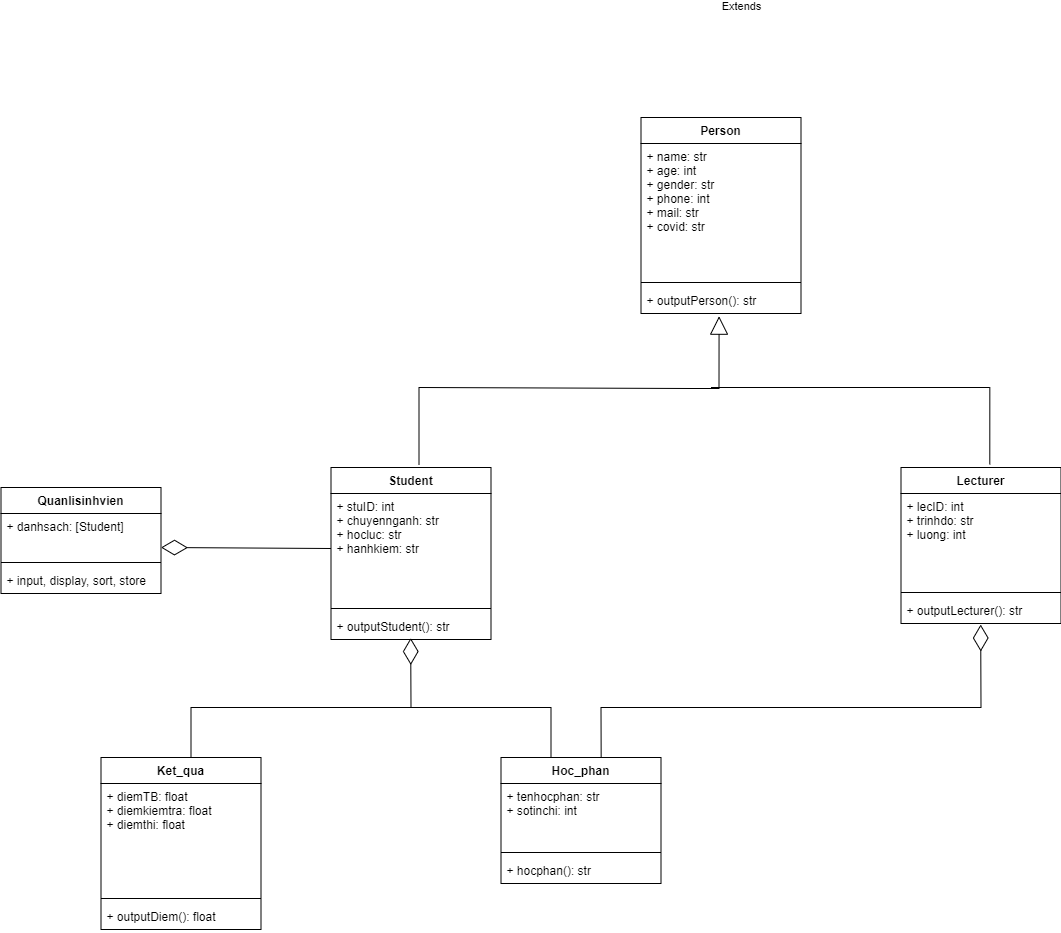
Before: Đồ án/UML đồ án.drawio.png, a diagram exported from draw.io (hoangnuthuphuong/PYTHON_1). Source tidied: cells renumbered, new cells last; positions are measured from the earlier drawing's top-left corner, leaving out a move shared by most shapes.
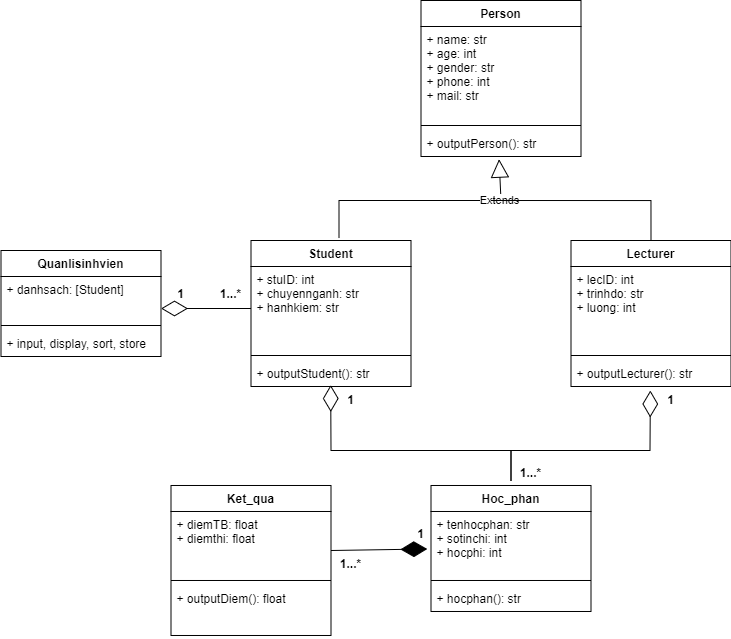
Above is the later version.

The edit, as a diff of the source:
```diff
@@ -3,87 +3,71 @@
     <mxCell id="0" style="html=1;" />
     <mxCell id="1" style="html=1;" parent="0" />
     <mxCell id="2" value="Student" style="swimlane;fontStyle=1;align=center;verticalAlign=top;horizontal=1;startSize=26;" parent="1" vertex="1">
-      <mxGeometry x="330" y="350" width="160" height="172" as="geometry" />
+      <mxGeometry x="440" y="330" width="160" height="146" as="geometry" />
     </mxCell>
-    <mxCell id="3" value="+ stuID: int&#10;+ chuyennganh: str&#10;+ hocluc: str&#10;+ hanhkiem: str&#10;" style="text;strokeColor=none;fillColor=none;align=left;verticalAlign=top;spacingLeft=4;spacingRight=4;overflow=hidden;points=[[0,0.5],[1,0.5]];portConstraint=eastwest;" parent="2" vertex="1">
-      <mxGeometry y="26" width="160" height="110" as="geometry" />
+    <mxCell id="3" value="+ stuID: int&#10;+ chuyennganh: str&#10;+ hanhkiem: str" style="text;strokeColor=none;fillColor=none;align=left;verticalAlign=top;spacingLeft=4;spacingRight=4;overflow=hidden;points=[[0,0.5],[1,0.5]];portConstraint=eastwest;" parent="2" vertex="1">
+      <mxGeometry y="26" width="160" height="84" as="geometry" />
     </mxCell>
     <mxCell id="4" style="line;strokeWidth=1;fillColor=none;align=left;verticalAlign=middle;spacingTop=-1;spacingLeft=3;spacingRight=3;labelPosition=right;" parent="2" vertex="1">
-      <mxGeometry y="136" width="160" height="10" as="geometry" />
+      <mxGeometry y="110" width="160" height="10" as="geometry" />
     </mxCell>
     <mxCell id="5" value="+ outputStudent(): str" style="text;strokeColor=none;fillColor=none;align=left;verticalAlign=top;spacingLeft=4;spacingRight=4;overflow=hidden;points=[[0,0.5],[1,0.5]];portConstraint=eastwest;" parent="2" vertex="1">
-      <mxGeometry y="146" width="160" height="26" as="geometry" />
+      <mxGeometry y="120" width="160" height="26" as="geometry" />
     </mxCell>
     <mxCell id="6" value="Lecturer" style="swimlane;fontStyle=1;align=center;verticalAlign=top;horizontal=1;startSize=26;" parent="1" vertex="1">
-      <mxGeometry x="900" y="350" width="160" height="156" as="geometry" />
+      <mxGeometry x="760" y="330" width="160" height="146" as="geometry" />
     </mxCell>
     <mxCell id="7" value="+ lecID: int&#10;+ trinhdo: str&#10;+ luong: int&#10;" style="text;strokeColor=none;fillColor=none;align=left;verticalAlign=top;spacingLeft=4;spacingRight=4;overflow=hidden;" parent="6" vertex="1">
-      <mxGeometry y="26" width="160" height="94" as="geometry" />
+      <mxGeometry y="26" width="160" height="84" as="geometry" />
     </mxCell>
     <mxCell id="8" style="line;strokeWidth=1;fillColor=none;align=left;verticalAlign=middle;spacingTop=-1;spacingLeft=3;spacingRight=3;labelPosition=right;" parent="6" vertex="1">
-      <mxGeometry y="120" width="160" height="10" as="geometry" />
+      <mxGeometry y="110" width="160" height="10" as="geometry" />
     </mxCell>
     <mxCell id="9" value="+ outputLecturer(): str" style="text;strokeColor=none;fillColor=none;align=left;verticalAlign=top;spacingLeft=4;spacingRight=4;overflow=hidden;points=[[0,0.5],[1,0.5]];portConstraint=eastwest;" parent="6" vertex="1">
-      <mxGeometry y="130" width="160" height="26" as="geometry" />
+      <mxGeometry y="120" width="160" height="26" as="geometry" />
     </mxCell>
     <mxCell id="10" value="Person" style="swimlane;fontStyle=1;align=center;verticalAlign=top;horizontal=1;startSize=26;" parent="1" vertex="1">
-      <mxGeometry x="640" width="160" height="196" as="geometry" />
+      <mxGeometry x="610" y="90" width="160" height="156" as="geometry" />
     </mxCell>
-    <mxCell id="11" value="+ name: str&#10;+ age: int&#10;+ gender: str&#10;+ phone: int&#10;+ mail: str&#10;+ covid: str&#10;" style="text;strokeColor=none;fillColor=none;align=left;verticalAlign=top;spacingLeft=4;spacingRight=4;overflow=hidden;" parent="10" vertex="1">
-      <mxGeometry y="26" width="160" height="134" as="geometry" />
+    <mxCell id="11" value="+ name: str&#10;+ age: int&#10;+ gender: str&#10;+ phone: int&#10;+ mail: str&#10;" style="text;strokeColor=none;fillColor=none;align=left;verticalAlign=top;spacingLeft=4;spacingRight=4;overflow=hidden;" parent="10" vertex="1">
+      <mxGeometry y="26" width="160" height="94" as="geometry" />
     </mxCell>
     <mxCell id="12" style="line;strokeWidth=1;fillColor=none;align=left;verticalAlign=middle;spacingTop=-1;spacingLeft=3;spacingRight=3;labelPosition=right;" parent="10" vertex="1">
-      <mxGeometry y="160" width="160" height="10" as="geometry" />
+      <mxGeometry y="120" width="160" height="10" as="geometry" />
     </mxCell>
     <mxCell id="13" value="+ outputPerson(): str" style="text;strokeColor=none;fillColor=none;align=left;verticalAlign=top;spacingLeft=4;spacingRight=4;overflow=hidden;points=[[0,0.5],[1,0.5]];portConstraint=eastwest;" parent="10" vertex="1">
-      <mxGeometry y="170" width="160" height="26" as="geometry" />
+      <mxGeometry y="130" width="160" height="26" as="geometry" />
     </mxCell>
     <mxCell id="14" value="Extends" style="endArrow=block;endSize=16;endFill=0;html=1;rounded=0;entryX=0.488;entryY=1.103;entryDx=0;entryDy=0;entryPerimeter=0;exitX=0.55;exitY=-0.017;exitDx=0;exitDy=0;exitPerimeter=0;" parent="1" edge="1" source="2" target="13">
-      <mxGeometry x="1" y="-309" relative="1" as="geometry">
+      <mxGeometry x="0.64" relative="1" as="geometry">
         <Array as="points">
-          <mxPoint x="418" y="270" />
-          <mxPoint x="690" y="271" />
-          <mxPoint x="718" y="271" />
+          <mxPoint x="528" y="290" />
+          <mxPoint x="690" y="290" />
         </Array>
-        <mxPoint x="-287" y="-310" as="offset" />
       </mxGeometry>
     </mxCell>
-    <mxCell id="15" style="endArrow=none;html=1;edgeStyle=orthogonalEdgeStyle;rounded=0;entryX=0.555;entryY=-0.02;entryDx=0;entryDy=0;entryPerimeter=0;" parent="1" edge="1" target="6">
+    <mxCell id="15" style="endArrow=none;html=1;edgeStyle=orthogonalEdgeStyle;rounded=0;entryX=0.5;entryY=0;entryDx=0;entryDy=0;" parent="1" edge="1" target="6">
       <mxGeometry relative="1" as="geometry">
-        <mxPoint x="710" y="270" as="sourcePoint" />
+        <mxPoint x="680" y="290" as="sourcePoint" />
+        <Array as="points">
+          <mxPoint x="840" y="290" />
+        </Array>
       </mxGeometry>
     </mxCell>
-    <mxCell id="16" style="endArrow=none;html=1;rounded=0;" parent="1" edge="1">
-      <mxGeometry relative="1" as="geometry">
-        <mxPoint x="190" y="640" as="sourcePoint" />
-        <mxPoint x="410" y="590" as="targetPoint" />
-        <Array as="points">
-          <mxPoint x="190" y="590" />
-        </Array>
-      </mxGeometry>
-    </mxCell>
     <mxCell id="17" style="endArrow=diamondThin;endFill=0;endSize=24;html=1;rounded=0;entryX=0.498;entryY=0.943;entryDx=0;entryDy=0;entryPerimeter=0;" parent="1" edge="1" target="5">
       <mxGeometry relative="1" as="geometry">
-        <mxPoint x="550" y="640" as="sourcePoint" />
+        <mxPoint x="700" y="570" as="sourcePoint" />
         <Array as="points">
-          <mxPoint x="550" y="590" />
-          <mxPoint x="410" y="590" />
+          <mxPoint x="700" y="570" />
+          <mxPoint x="700" y="540" />
+          <mxPoint x="520" y="540" />
         </Array>
       </mxGeometry>
     </mxCell>
-    <mxCell id="18" style="endArrow=diamondThin;endFill=0;endSize=24;html=1;rounded=0;entryX=0.498;entryY=1.039;entryDx=0;entryDy=0;entryPerimeter=0;exitX=0.626;exitY=0.006;exitDx=0;exitDy=0;exitPerimeter=0;" parent="1" edge="1" source="19" target="9">
-      <mxGeometry relative="1" as="geometry">
-        <Array as="points">
-          <mxPoint x="600" y="590" />
-          <mxPoint x="860" y="590" />
-          <mxPoint x="980" y="590" />
-        </Array>
-      </mxGeometry>
-    </mxCell>
     <mxCell id="19" value="Hoc_phan" style="swimlane;fontStyle=1;align=center;verticalAlign=top;horizontal=1;startSize=26;" parent="1" vertex="1">
-      <mxGeometry x="500" y="640" width="160" height="126" as="geometry" />
+      <mxGeometry x="620" y="575" width="160" height="126" as="geometry" />
     </mxCell>
-    <mxCell id="20" value="+ tenhocphan: str&#10;+ sotinchi: int" style="text;strokeColor=none;fillColor=none;align=left;verticalAlign=top;spacingLeft=4;spacingRight=4;overflow=hidden;points=[[0,0.5],[1,0.5]];portConstraint=eastwest;" parent="19" vertex="1">
+    <mxCell id="20" value="+ tenhocphan: str&#10;+ sotinchi: int&#10;+ hocphi: int" style="text;strokeColor=none;fillColor=none;align=left;verticalAlign=top;spacingLeft=4;spacingRight=4;overflow=hidden;points=[[0,0.5],[1,0.5]];portConstraint=eastwest;" parent="19" vertex="1">
       <mxGeometry y="26" width="160" height="64" as="geometry" />
     </mxCell>
     <mxCell id="21" style="line;strokeWidth=1;fillColor=none;align=left;verticalAlign=middle;spacingTop=-1;spacingLeft=3;spacingRight=3;labelPosition=right;" parent="19" vertex="1">
@@ -93,7 +77,7 @@
       <mxGeometry y="100" width="160" height="26" as="geometry" />
     </mxCell>
     <mxCell id="23" value="Quanlisinhvien" style="swimlane;fontStyle=1;align=center;verticalAlign=top;horizontal=1;startSize=26;" parent="1" vertex="1">
-      <mxGeometry y="370" width="160" height="106" as="geometry" />
+      <mxGeometry x="190" y="340" width="160" height="106" as="geometry" />
     </mxCell>
     <mxCell id="24" value="+ danhsach: [Student]" style="text;strokeColor=none;fillColor=none;align=left;verticalAlign=top;spacingLeft=4;spacingRight=4;overflow=hidden;" parent="23" vertex="1">
       <mxGeometry y="26" width="160" height="44" as="geometry" />
@@ -106,20 +90,55 @@
     </mxCell>
     <mxCell id="27" style="endArrow=diamondThin;endFill=0;endSize=24;html=1;rounded=0;exitX=0;exitY=0.5;exitDx=0;exitDy=0;" parent="1" edge="1" source="3">
       <mxGeometry relative="1" as="geometry">
-        <mxPoint x="160" y="430" as="targetPoint" />
+        <mxPoint x="350" y="398" as="targetPoint" />
       </mxGeometry>
     </mxCell>
     <mxCell id="28" value="Ket_qua" style="swimlane;fontStyle=1;align=center;verticalAlign=top;horizontal=1;startSize=26;" parent="1" vertex="1">
-      <mxGeometry x="100" y="640" width="160" height="172" as="geometry" />
+      <mxGeometry x="360" y="575" width="160" height="150" as="geometry" />
     </mxCell>
-    <mxCell id="29" value="+ diemTB: float&#10;+ diemkiemtra: float&#10;+ diemthi: float" style="text;strokeColor=none;fillColor=none;align=left;verticalAlign=top;spacingLeft=4;spacingRight=4;overflow=hidden;" parent="28" vertex="1">
-      <mxGeometry y="26" width="160" height="110" as="geometry" />
+    <mxCell id="29" value="+ diemTB: float&#10;+ diemthi: float&#10;" style="text;strokeColor=none;fillColor=none;align=left;verticalAlign=top;spacingLeft=4;spacingRight=4;overflow=hidden;" parent="28" vertex="1">
+      <mxGeometry y="26" width="160" height="64" as="geometry" />
     </mxCell>
     <mxCell id="30" style="line;strokeWidth=1;fillColor=none;align=left;verticalAlign=middle;spacingTop=-1;spacingLeft=3;spacingRight=3;labelPosition=right;" parent="28" vertex="1">
-      <mxGeometry y="136" width="160" height="10" as="geometry" />
+      <mxGeometry y="90" width="160" height="10" as="geometry" />
     </mxCell>
     <mxCell id="31" value="+ outputDiem(): float" style="text;strokeColor=none;fillColor=none;align=left;verticalAlign=top;spacingLeft=4;spacingRight=4;overflow=hidden;" parent="28" vertex="1">
-      <mxGeometry y="146" width="160" height="26" as="geometry" />
+      <mxGeometry y="100" width="160" height="50" as="geometry" />
     </mxCell>
+    <mxCell id="32" style="endArrow=diamondThin;endFill=0;endSize=24;html=1;rounded=0;entryX=0.496;entryY=1.154;entryDx=0;entryDy=0;entryPerimeter=0;" parent="1" edge="1" target="9">
+      <mxGeometry relative="1" as="geometry">
+        <mxPoint x="700" y="570" as="sourcePoint" />
+        <Array as="points">
+          <mxPoint x="700" y="540" />
+          <mxPoint x="839" y="540" />
+        </Array>
+      </mxGeometry>
+    </mxCell>
+    <mxCell id="33" style="endArrow=diamondThin;endFill=1;endSize=24;html=1;rounded=0;entryX=-0.023;entryY=0.586;entryDx=0;entryDy=0;entryPerimeter=0;" parent="1" edge="1" target="20">
+      <mxGeometry relative="1" as="geometry">
+        <mxPoint x="520" y="640" as="sourcePoint" />
+      </mxGeometry>
+    </mxCell>
+    <mxCell id="34" value="1" style="text;align=center;fontStyle=1;verticalAlign=middle;spacingLeft=3;spacingRight=3;strokeColor=none;" parent="1" vertex="1">
+      <mxGeometry x="500" y="476" width="80" height="26" as="geometry" />
+    </mxCell>
+    <mxCell id="35" value="1" style="text;align=center;fontStyle=1;verticalAlign=middle;spacingLeft=3;spacingRight=3;strokeColor=none;" parent="1" vertex="1">
+      <mxGeometry x="330" y="370" width="80" height="26" as="geometry" />
+    </mxCell>
+    <mxCell id="36" value="1" style="text;align=center;fontStyle=1;verticalAlign=middle;spacingLeft=3;spacingRight=3;strokeColor=none;" parent="1" vertex="1">
+      <mxGeometry x="820" y="476" width="80" height="26" as="geometry" />
+    </mxCell>
+    <mxCell id="37" value="1" style="text;align=center;fontStyle=1;verticalAlign=middle;spacingLeft=3;spacingRight=3;strokeColor=none;" parent="1" vertex="1">
+      <mxGeometry x="570" y="610" width="80" height="26" as="geometry" />
+    </mxCell>
+    <mxCell id="38" value="1...*" style="text;align=center;fontStyle=1;verticalAlign=middle;spacingLeft=3;spacingRight=3;strokeColor=none;" parent="1" vertex="1">
+      <mxGeometry x="500" y="640" width="80" height="26" as="geometry" />
+    </mxCell>
+    <mxCell id="39" value="1...*" style="text;align=center;fontStyle=1;verticalAlign=middle;spacingLeft=3;spacingRight=3;strokeColor=none;" parent="1" vertex="1">
+      <mxGeometry x="680" y="549" width="80" height="26" as="geometry" />
+    </mxCell>
+    <mxCell id="40" value="1...*" style="text;align=center;fontStyle=1;verticalAlign=middle;spacingLeft=3;spacingRight=3;strokeColor=none;" parent="1" vertex="1">
+      <mxGeometry x="380" y="370" width="80" height="26" as="geometry" />
+    </mxCell>
   </root>
 </mxGraphModel>
```
